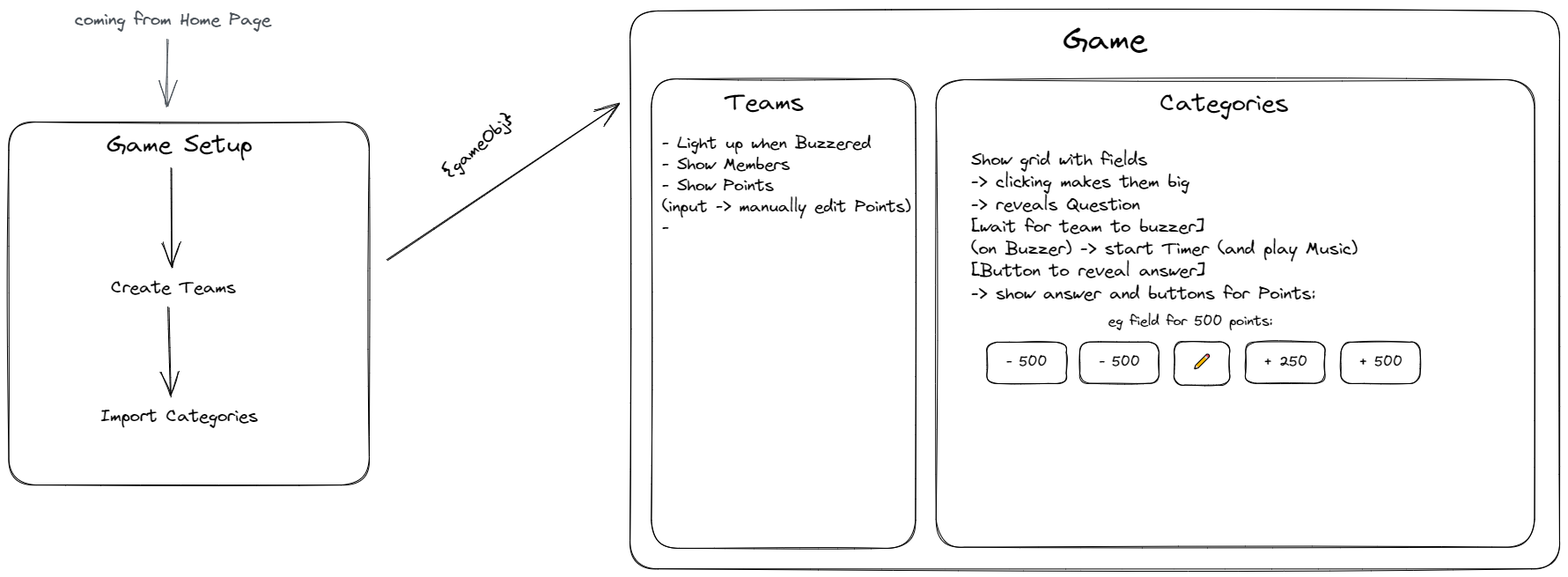
NilsGke/klugscheisser-quiz keeps this Excalidraw diagram as gameDiagram.excalidraw.png. Above is the earlier version. Source tidied: one line per element, renumbered; positions are measured from the earlier drawing's top-left corner, leaving out a move shared by most shapes.
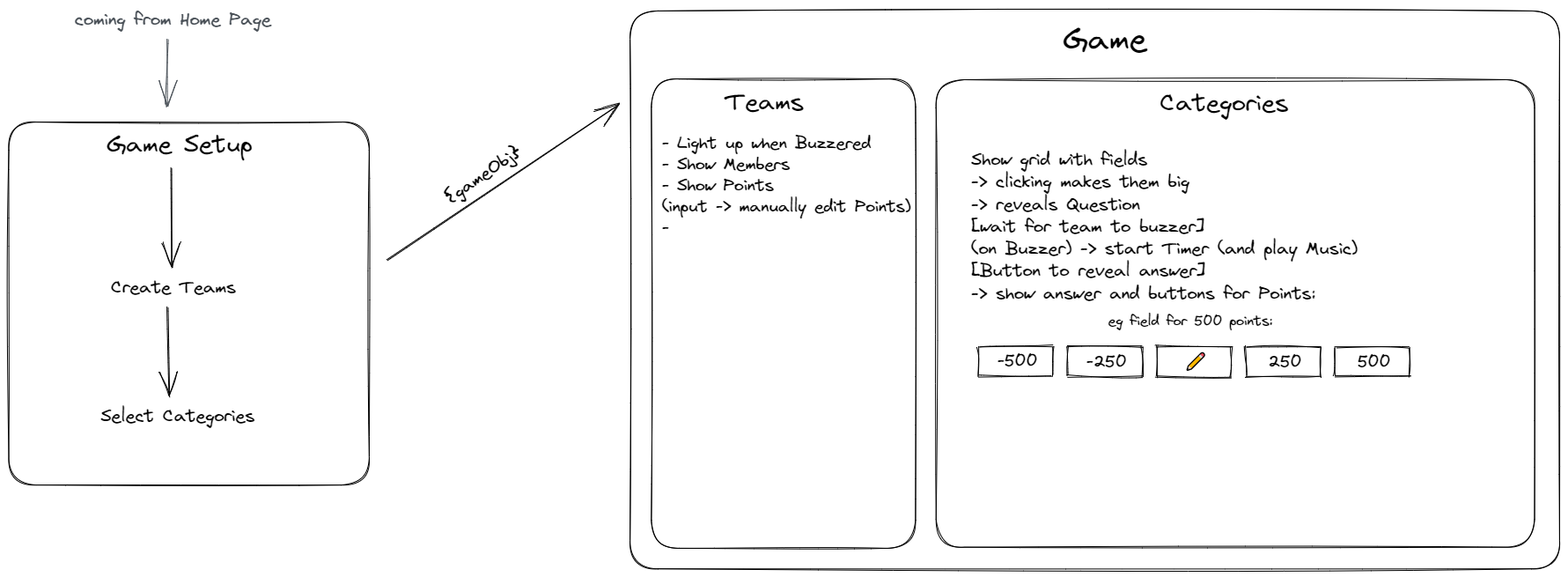
The same diagram one commit later.

Diff of the diagram source:
```diff
@@ -2,28 +2,28 @@
 {"id": 1, "type": "rectangle", "strokeColor": "#000000", "strokeWidth": 1, "roughness": 1, "round": true, "x": 0, "y": 129, "width": 409, "height": 412}
 {"id": 2, "type": "text", "text": "Game Setup", "strokeColor": "#000000", "strokeWidth": 1, "roughness": 1, "fontSize": 28, "fontFamily": 1, "x": 111, "y": 137, "width": 168, "height": 36}
 {"id": 3, "type": "arrow", "strokeColor": "#495057", "strokeWidth": 1, "roughness": 1, "endArrowhead": "arrow", "round": true, "from": 0, "to": 1, "x": 181, "y": 34, "width": 3, "height": 74, "points": [[0, 0], [-3, 74]]}
-{"id": 4, "type": "text", "text": "Import Categories", "strokeColor": "#000000", "strokeWidth": 1, "roughness": 1, "fontSize": 20, "fontFamily": 1, "x": 104, "y": 450, "width": 181, "height": 25}
+{"id": 4, "type": "text", "text": "Select Categories", "strokeColor": "#000000", "strokeWidth": 1, "roughness": 1, "fontSize": 20, "fontFamily": 1, "x": 104, "y": 450, "width": 177, "height": 25}
 {"id": 5, "type": "arrow", "strokeColor": "#000000", "strokeWidth": 1, "roughness": 1, "endArrowhead": "arrow", "round": true, "from": 2, "to": 6, "x": 184, "y": 182, "width": 1, "height": 112, "points": [[0, 0], [1, 112]]}
 {"id": 6, "type": "text", "text": "Create Teams", "strokeColor": "#000000", "strokeWidth": 1, "roughness": 1, "fontSize": 20, "fontFamily": 1, "x": 116, "y": 304, "width": 144, "height": 25}
-{"id": 7, "type": "arrow", "strokeColor": "#000000", "strokeWidth": 1, "roughness": 1, "endArrowhead": "arrow", "round": true, "from": 6, "to": 4, "x": 182, "y": 340, "width": 2, "height": 101, "points": [[0, 0], [2, 101]]}
+{"id": 7, "type": "arrow", "strokeColor": "#000000", "strokeWidth": 1, "roughness": 1, "endArrowhead": "arrow", "round": true, "from": 6, "to": 4, "x": 181, "y": 340, "width": 2, "height": 101, "points": [[0, 0], [2, 101]]}
 {"id": 8, "type": "rectangle", "strokeColor": "#000000", "strokeWidth": 1, "roughness": 1, "round": true, "x": 706, "y": 2, "width": 1056, "height": 633}
 {"id": 9, "type": "text", "text": "Game", "strokeColor": "#000000", "strokeWidth": 1, "roughness": 1, "fontSize": 36, "fontFamily": 1, "x": 1197, "y": 13, "width": 97, "height": 46}
 {"id": 10, "type": "arrow", "strokeColor": "#000000", "strokeWidth": 1, "roughness": 1, "endArrowhead": "arrow", "round": true, "from": 1, "to": 8, "x": 430, "y": 285, "width": 262, "height": 176, "points": [[0, 0], [262, -176]]}
-{"id": 11, "type": "text", "text": "{gameObj}", "strokeColor": "#000000", "angle": 5.56, "strokeWidth": 1, "roughness": 1, "fontSize": 20, "fontFamily": 1, "x": 483, "y": 142, "width": 102, "height": 25}
+{"id": 11, "type": "text", "text": "{gameObj}", "strokeColor": "#000000", "angle": 5.69, "strokeWidth": 1, "roughness": 1, "fontSize": 20, "fontFamily": 1, "x": 488, "y": 175, "width": 102, "height": 25}
 {"id": 12, "type": "rectangle", "strokeColor": "#000000", "strokeWidth": 1, "roughness": 1, "round": true, "x": 730, "y": 80, "width": 300, "height": 533}
 {"id": 13, "type": "text", "text": "Teams", "strokeColor": "#000000", "strokeWidth": 1, "roughness": 1, "fontSize": 28, "fontFamily": 1, "x": 814, "y": 89, "width": 91, "height": 36}
 {"id": 14, "type": "rectangle", "strokeColor": "#000000", "strokeWidth": 1, "roughness": 1, "round": true, "x": 1053, "y": 81, "width": 680, "height": 531}
 {"id": 15, "type": "text", "text": "Categories", "strokeColor": "#000000", "strokeWidth": 1, "roughness": 1, "fontSize": 28, "fontFamily": 1, "x": 1307, "y": 90, "width": 148, "height": 36}
 {"id": 16, "type": "text", "text": "- Light up when Buzzered\n- Show Members\n- Show Points \n(input -> manually edit Points)\n- ", "strokeColor": "#000000", "strokeWidth": 1, "roughness": 1, "fontSize": 19.01, "fontFamily": 1, "x": 742, "y": 141, "width": 284, "height": 120}
 {"id": 17, "type": "text", "text": "Show grid with fields\n-> clicking makes them big\n-> reveals Question\n[wait for team to buzzer]\n(on Buzzer) -> start Timer (and play Music)\n[Button to reveal answer]\n-> show answer and buttons for Points:\n    ", "strokeColor": "#000000", "strokeWidth": 1, "roughness": 1, "fontSize": 20, "fontFamily": 1, "x": 1093, "y": 160, "width": 440, "height": 202}
-{"id": 18, "type": "rectangle", "strokeColor": "#000000", "strokeWidth": 1, "roughness": 1, "round": true, "x": 1111, "y": 378, "width": 90, "height": 47}
-{"id": 19, "type": "text", "text": "- 500", "strokeColor": "#000000", "strokeWidth": 1, "roughness": 1, "fontSize": 16, "fontFamily": 1, "textAlign": "center", "verticalAlign": "middle", "inside": 18, "x": 1132, "y": 392, "width": 48, "height": 20}
 {"id": 20, "type": "text", "text": "eg field for 500 points:", "strokeColor": "#000000", "strokeWidth": 1, "roughness": 1, "fontSize": 16, "fontFamily": 1, "x": 1249, "y": 345, "width": 189, "height": 20}
-{"id": 21, "type": "rectangle", "strokeColor": "#000000", "strokeWidth": 1, "roughness": 1, "round": true, "x": 1324, "y": 378, "width": 63, "height": 49}
+{"id": 29, "type": "rectangle", "strokeColor": "#000000", "backgroundColor": "#fff", "fillStyle": "solid", "strokeWidth": 1, "roughness": 1, "x": 1101, "y": 383, "width": 85, "height": 34}
+{"id": 30, "type": "text", "text": "-500", "strokeColor": "#000000", "strokeWidth": 1, "roughness": 1, "fontSize": 18.89, "fontFamily": 1, "textAlign": "center", "verticalAlign": "middle", "x": 1122, "y": 389, "width": 47, "height": 24}
+{"id": 31, "type": "rectangle", "strokeColor": "#000000", "backgroundColor": "#fff", "fillStyle": "solid", "strokeWidth": 1, "roughness": 1, "x": 1203, "y": 383, "width": 85, "height": 34}
+{"id": 32, "type": "text", "text": "-250", "strokeColor": "#000000", "strokeWidth": 1, "roughness": 1, "fontSize": 18.89, "fontFamily": 1, "textAlign": "center", "verticalAlign": "middle", "x": 1223, "y": 389, "width": 48, "height": 24}
+{"id": 33, "type": "rectangle", "strokeColor": "#000000", "backgroundColor": "#fff", "fillStyle": "solid", "strokeWidth": 1, "roughness": 1, "x": 1304, "y": 383, "width": 85, "height": 34}
-{"id": 22, "type": "text", "text": "✏", "strokeColor": "#000000", "strokeWidth": 1, "roughness": 1, "fontSize": 16, "fontFamily": 1, "textAlign": "center", "verticalAlign": "middle", "inside": 21, "x": 1343, "y": 393, "width": 24, "height": 20}
+{"id": 22, "type": "text", "text": "✏", "strokeColor": "#000000", "strokeWidth": 1, "roughness": 1, "fontSize": 18.89, "fontFamily": 1, "textAlign": "center", "verticalAlign": "middle", "x": 1334, "y": 387, "width": 28, "height": 27}
-{"id": 23, "type": "rectangle", "strokeColor": "#000000", "strokeWidth": 1, "roughness": 1, "round": true, "x": 1216, "y": 378, "width": 90, "height": 47}
-{"id": 24, "type": "text", "text": "- 500", "strokeColor": "#000000", "strokeWidth": 1, "roughness": 1, "fontSize": 16, "fontFamily": 1, "textAlign": "center", "verticalAlign": "middle", "inside": 23, "x": 1237, "y": 392, "width": 48, "height": 20}
-{"id": 25, "type": "rectangle", "strokeColor": "#000000", "strokeWidth": 1, "roughness": 1, "round": true, "x": 1405, "y": 378, "width": 90, "height": 47}
-{"id": 26, "type": "text", "text": "+ 250", "strokeColor": "#000000", "strokeWidth": 1, "roughness": 1, "fontSize": 16, "fontFamily": 1, "textAlign": "center", "verticalAlign": "middle", "inside": 25, "x": 1424, "y": 392, "width": 52, "height": 20}
-{"id": 27, "type": "rectangle", "strokeColor": "#000000", "strokeWidth": 1, "roughness": 1, "round": true, "x": 1513, "y": 378, "width": 90, "height": 47}
-{"id": 28, "type": "text", "text": "+ 500", "strokeColor": "#000000", "strokeWidth": 1, "roughness": 1, "fontSize": 16, "fontFamily": 1, "textAlign": "center", "verticalAlign": "middle", "inside": 27, "x": 1532, "y": 392, "width": 52, "height": 20}
+{"id": 34, "type": "rectangle", "strokeColor": "#000000", "backgroundColor": "#fff", "fillStyle": "solid", "strokeWidth": 1, "roughness": 1, "x": 1405, "y": 383, "width": 85, "height": 34}
+{"id": 35, "type": "text", "text": "250", "strokeColor": "#000000", "strokeWidth": 1, "roughness": 1, "fontSize": 18.89, "fontFamily": 1, "textAlign": "center", "verticalAlign": "middle", "x": 1429, "y": 389, "width": 40, "height": 24}
+{"id": 36, "type": "rectangle", "strokeColor": "#000000", "backgroundColor": "#fff", "fillStyle": "solid", "strokeWidth": 1, "roughness": 1, "x": 1506, "y": 383, "width": 85, "height": 34}
+{"id": 37, "type": "text", "text": "500", "strokeColor": "#000000", "strokeWidth": 1, "roughness": 1, "fontSize": 18.89, "fontFamily": 1, "textAlign": "center", "verticalAlign": "middle", "x": 1531, "y": 389, "width": 40, "height": 24}
```
